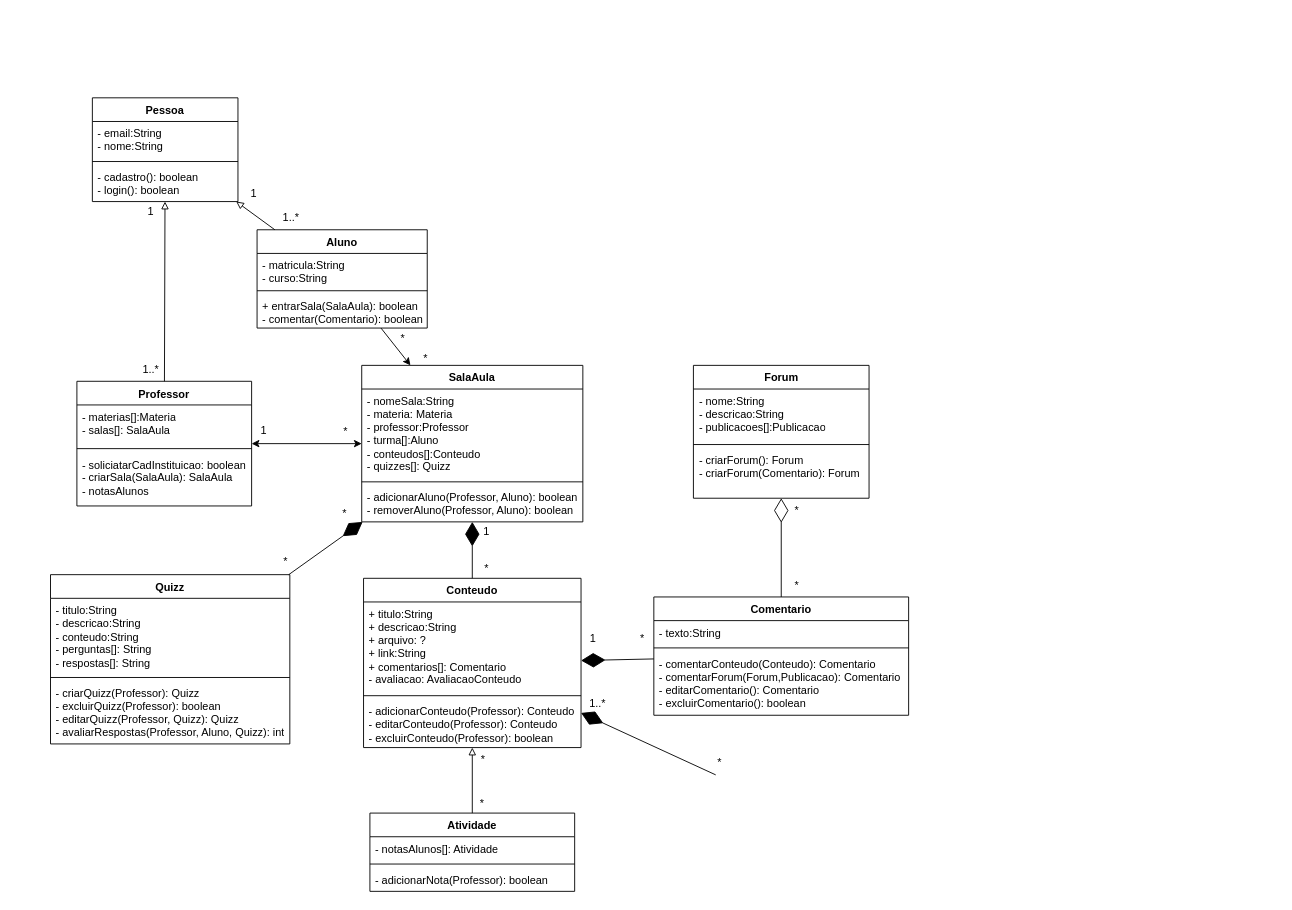
Before: diagramas/classe/diagrama-de-classe.drawio in Alicia-Miranda/MasterClass, a draw.io diagram. Source tidied: cells renumbered, new cells numbered last; positions are measured from the earlier drawing's top-left corner, leaving out a move shared by most shapes. Both pictures are drawn from the tidied source at 91%, with x=0, y=0 at pixel (50, 97).
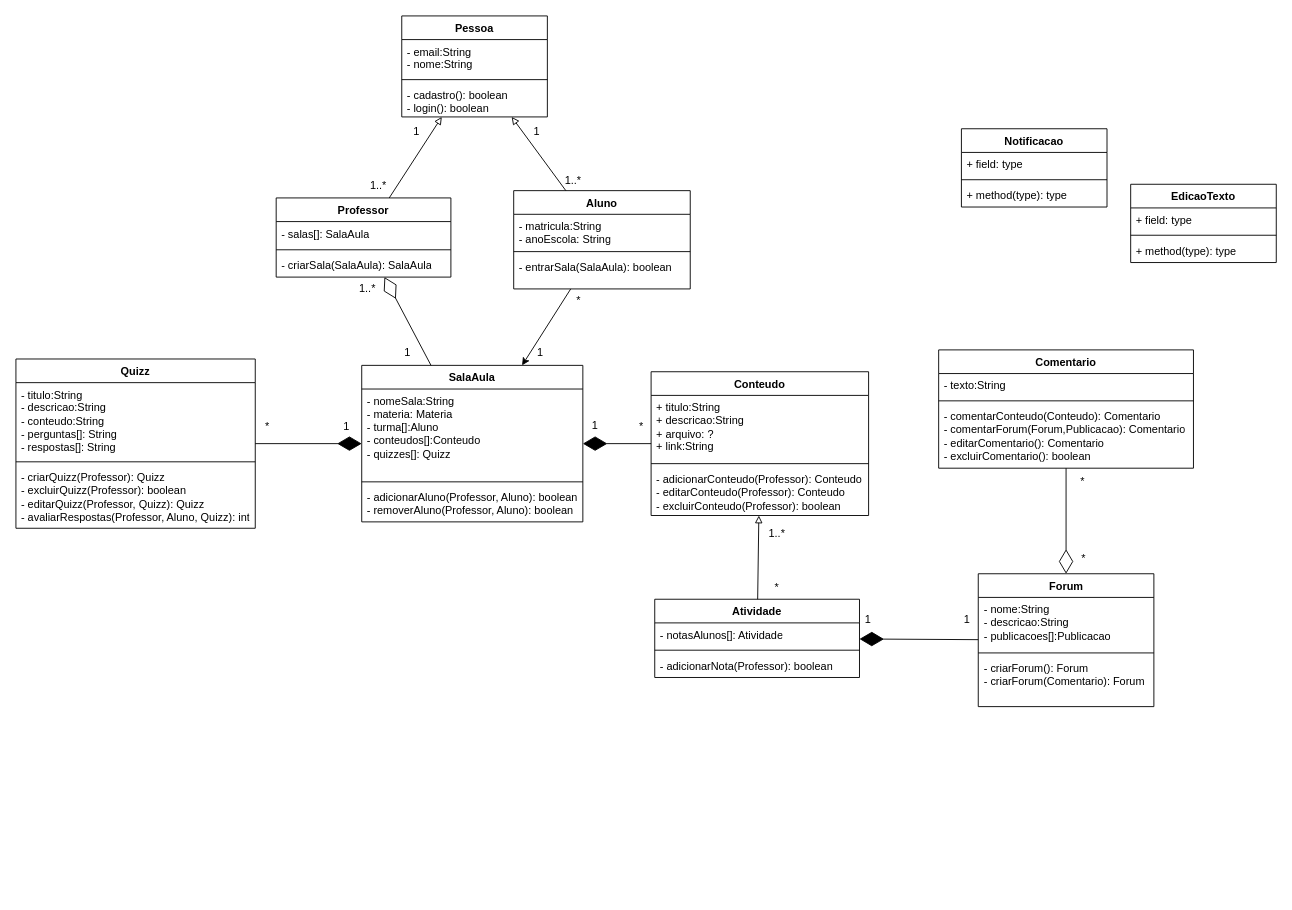
The same page after the edit.

Commit message:
classe atualização - não finalizado

The change refers to these unchanged cells:
```xml
<mxCell id="16" value="SalaAula" style="swimlane;fontStyle=1;align=center;verticalAlign=top;horizontal=1;startSize=26;whiteSpace=wrap;html=1;" parent="1" vertex="1">
  <mxGeometry x="342" y="294" width="243" height="172" as="geometry" />
</mxCell>
```

Diff of the diagram source:
```diff
@@
     <mxCell id="2" value="Pessoa" style="swimlane;fontStyle=1;align=center;verticalAlign=top;horizontal=1;startSize=26;whiteSpace=wrap;html=1;" parent="1" vertex="1">
-      <mxGeometry x="46" width="160" height="114" as="geometry" />
+      <mxGeometry x="386" y="-90" width="160" height="111" as="geometry" />
     </mxCell>
@@
     <mxCell id="5" value="- cadastro(): boolean&lt;br&gt;- login(): boolean" style="text;align=left;verticalAlign=top;spacingLeft=4;spacingRight=4;overflow=hidden;whiteSpace=wrap;html=1;" parent="2" vertex="1">
-      <mxGeometry y="74" width="160" height="40" as="geometry" />
+      <mxGeometry y="74" width="160" height="37" as="geometry" />
     </mxCell>
@@
     <mxCell id="7" value="Aluno" style="swimlane;fontStyle=1;align=center;verticalAlign=top;horizontal=1;startSize=26;whiteSpace=wrap;html=1;" parent="1" vertex="1">
-      <mxGeometry x="227" y="145" width="187" height="108" as="geometry" />
+      <mxGeometry x="509" y="102" width="194" height="108" as="geometry" />
     </mxCell>
-    <mxCell id="8" value="- matricula:String&lt;br&gt;- curso:String" style="text;align=left;verticalAlign=top;spacingLeft=4;spacingRight=4;overflow=hidden;whiteSpace=wrap;html=1;" parent="7" vertex="1">
-      <mxGeometry y="26" width="187" height="37" as="geometry" />
+    <mxCell id="8" value="- matricula:String&lt;br&gt;- anoEscola: String" style="text;align=left;verticalAlign=top;spacingLeft=4;spacingRight=4;overflow=hidden;whiteSpace=wrap;html=1;" parent="7" vertex="1">
+      <mxGeometry y="26" width="194" height="37" as="geometry" />
     </mxCell>
     <mxCell id="9" style="line;strokeWidth=1;align=left;verticalAlign=middle;spacingTop=-1;spacingLeft=3;spacingRight=3;labelPosition=right;" parent="7" vertex="1">
-      <mxGeometry y="63" width="187" height="8" as="geometry" />
+      <mxGeometry y="63" width="194" height="8" as="geometry" />
     </mxCell>
-    <mxCell id="10" value="+ entrarSala(SalaAula): boolean&lt;div&gt;- comentar(Comentario): boolean&lt;/div&gt;" style="text;align=left;verticalAlign=top;spacingLeft=4;spacingRight=4;overflow=hidden;whiteSpace=wrap;html=1;" parent="7" vertex="1">
-      <mxGeometry y="71" width="187" height="37" as="geometry" />
+    <mxCell id="10" value="- entrarSala(SalaAula): boolean" style="text;align=left;verticalAlign=top;spacingLeft=4;spacingRight=4;overflow=hidden;whiteSpace=wrap;html=1;" parent="7" vertex="1">
+      <mxGeometry y="71" width="194" height="37" as="geometry" />
     </mxCell>
-    <mxCell id="11" style="edgeStyle=orthogonalEdgeStyle;rounded=0;jettySize=auto;html=1;startArrow=classic;startFill=1;" parent="1" edge="1" source="12" target="16">
-      <mxGeometry relative="1" as="geometry" />
-    </mxCell>
     <mxCell id="12" value="Professor" style="swimlane;fontStyle=1;align=center;verticalAlign=top;horizontal=1;startSize=26;whiteSpace=wrap;html=1;" parent="1" vertex="1">
-      <mxGeometry x="29" y="311.5" width="192" height="137" as="geometry" />
+      <mxGeometry x="248" y="110" width="192" height="87" as="geometry" />
     </mxCell>
-    <mxCell id="13" value="- materias[]:Materia&lt;div&gt;- salas[]: SalaAula&lt;/div&gt;" style="text;align=left;verticalAlign=top;spacingLeft=4;spacingRight=4;overflow=hidden;whiteSpace=wrap;html=1;" parent="12" vertex="1">
-      <mxGeometry y="26" width="192" height="44" as="geometry" />
+    <mxCell id="13" value="&lt;div&gt;- salas[]: SalaAula&lt;/div&gt;" style="text;align=left;verticalAlign=top;spacingLeft=4;spacingRight=4;overflow=hidden;whiteSpace=wrap;html=1;" parent="12" vertex="1">
+      <mxGeometry y="26" width="192" height="27" as="geometry" />
     </mxCell>
     <mxCell id="14" style="line;strokeWidth=1;align=left;verticalAlign=middle;spacingTop=-1;spacingLeft=3;spacingRight=3;labelPosition=right;" parent="12" vertex="1">
-      <mxGeometry y="70" width="192" height="8" as="geometry" />
+      <mxGeometry y="53" width="192" height="8" as="geometry" />
     </mxCell>
-    <mxCell id="15" value="- soliciatarCadInstituicao: boolean&lt;br&gt;- criarSala(SalaAula): SalaAula&lt;br&gt;- notasAlunos" style="text;align=left;verticalAlign=top;spacingLeft=4;spacingRight=4;overflow=hidden;whiteSpace=wrap;html=1;" parent="12" vertex="1">
-      <mxGeometry y="78" width="192" height="59" as="geometry" />
+    <mxCell id="15" value="- criarSala(SalaAula): SalaAula" style="text;align=left;verticalAlign=top;spacingLeft=4;spacingRight=4;overflow=hidden;whiteSpace=wrap;html=1;" parent="12" vertex="1">
+      <mxGeometry y="61" width="192" height="26" as="geometry" />
     </mxCell>
@@
-    <mxCell id="17" value="- nomeSala:String&lt;div&gt;- materia: Materia&lt;br&gt;- professor:Professor&lt;br&gt;- turma[]:Aluno&lt;div&gt;- conteudos[]:Conteudo&lt;br&gt;- quizzes[]: Quizz&lt;/div&gt;&lt;/div&gt;" style="text;align=left;verticalAlign=top;spacingLeft=4;spacingRight=4;overflow=hidden;whiteSpace=wrap;html=1;" parent="16" vertex="1">
+    <mxCell id="17" value="- nomeSala:String&lt;div&gt;- materia: Materia&lt;br&gt;- turma[]:Aluno&lt;div&gt;- conteudos[]:Conteudo&lt;br&gt;- quizzes[]: Quizz&lt;/div&gt;&lt;/div&gt;" style="text;align=left;verticalAlign=top;spacingLeft=4;spacingRight=4;overflow=hidden;whiteSpace=wrap;html=1;" parent="16" vertex="1">
       <mxGeometry y="26" width="243" height="98" as="geometry" />
     </mxCell>
@@
     <mxCell id="20" value="Conteudo" style="swimlane;fontStyle=1;align=center;verticalAlign=top;horizontal=1;startSize=26;whiteSpace=wrap;html=1;" parent="1" vertex="1">
-      <mxGeometry x="344" y="528" width="239" height="186" as="geometry" />
+      <mxGeometry x="660" y="301" width="239" height="158" as="geometry" />
     </mxCell>
-    <mxCell id="21" value="+ titulo:String&lt;div&gt;+ descricao:String&lt;/div&gt;&lt;div&gt;+ arquivo: ?&lt;br&gt;+ link:String&lt;br&gt;+ comentarios[]: Comentario&lt;br&gt;- avaliacao: AvaliacaoConteudo&lt;/div&gt;" style="text;align=left;verticalAlign=top;spacingLeft=4;spacingRight=4;overflow=hidden;whiteSpace=wrap;html=1;" parent="20" vertex="1">
-      <mxGeometry y="26" width="239" height="99" as="geometry" />
+    <mxCell id="21" value="+ titulo:String&lt;div&gt;+ descricao:String&lt;/div&gt;&lt;div&gt;+ arquivo: ?&lt;br&gt;+ link:String&lt;br&gt;&lt;/div&gt;" style="text;align=left;verticalAlign=top;spacingLeft=4;spacingRight=4;overflow=hidden;whiteSpace=wrap;html=1;" parent="20" vertex="1">
+      <mxGeometry y="26" width="239" height="71" as="geometry" />
     </mxCell>
     <mxCell id="22" style="line;strokeWidth=1;align=left;verticalAlign=middle;spacingTop=-1;spacingLeft=3;spacingRight=3;labelPosition=right;" parent="20" vertex="1">
-      <mxGeometry y="125" width="239" height="8" as="geometry" />
+      <mxGeometry y="97" width="239" height="8" as="geometry" />
     </mxCell>
     <mxCell id="23" value="- adicionarConteudo(Professor): Conteudo&lt;br&gt;- editarConteudo(Professor): Conteudo&lt;br&gt;- excluirConteudo(Professor): boolean" style="text;align=left;verticalAlign=top;spacingLeft=4;spacingRight=4;overflow=hidden;whiteSpace=wrap;html=1;" parent="20" vertex="1">
-      <mxGeometry y="133" width="239" height="53" as="geometry" />
+      <mxGeometry y="105" width="239" height="53" as="geometry" />
     </mxCell>
     <mxCell id="24" value="Comentario" style="swimlane;fontStyle=1;align=center;verticalAlign=top;horizontal=1;startSize=26;whiteSpace=wrap;html=1;" parent="1" vertex="1">
-      <mxGeometry x="663" y="548.5" width="280" height="130" as="geometry" />
+      <mxGeometry x="976" y="277" width="280" height="130" as="geometry" />
     </mxCell>
@@
     <mxCell id="28" value="Forum" style="swimlane;fontStyle=1;align=center;verticalAlign=top;horizontal=1;startSize=26;whiteSpace=wrap;html=1;" parent="1" vertex="1">
-      <mxGeometry x="706.5" y="294" width="193" height="146" as="geometry" />
+      <mxGeometry x="1019.5" y="523" width="193" height="146" as="geometry" />
     </mxCell>
@@
-    <mxCell id="35" style="endArrow=diamondThin;endFill=1;endSize=24;html=1;rounded=0;" parent="1" edge="1" source="24" target="20">
-      <mxGeometry relative="1" as="geometry" />
-    </mxCell>
@@
-    <mxCell id="37" style="endArrow=diamondThin;endFill=1;endSize=24;html=1;rounded=0;" parent="1" edge="1" target="20">
-      <mxGeometry relative="1" as="geometry">
-        <mxPoint x="731" y="744" as="sourcePoint" />
-      </mxGeometry>
-    </mxCell>
     <mxCell id="38" value="*" style="text;html=1;align=center;verticalAlign=middle;" parent="1" vertex="1">
-      <mxGeometry x="467" y="505" width="23" height="26" as="geometry" />
+      <mxGeometry x="637" y="348" width="23" height="26" as="geometry" />
     </mxCell>
     <mxCell id="39" value="1" style="text;html=1;align=center;verticalAlign=middle;" parent="1" vertex="1">
-      <mxGeometry x="466" y="464" width="25" height="26" as="geometry" />
+      <mxGeometry x="585" y="347" width="25" height="26" as="geometry" />
     </mxCell>
-    <mxCell id="40" value="1" style="text;html=1;align=center;verticalAlign=middle;" parent="1" vertex="1">
-      <mxGeometry x="583" y="581" width="25" height="26" as="geometry" />
-    </mxCell>
-    <mxCell id="41" value="*" style="text;html=1;align=center;verticalAlign=middle;" parent="1" vertex="1">
-      <mxGeometry x="638" y="582" width="23" height="26" as="geometry" />
-    </mxCell>
-    <mxCell id="42" value="1" style="text;html=1;align=center;verticalAlign=middle;" parent="1" vertex="1">
-      <mxGeometry x="221" y="353" width="25" height="26" as="geometry" />
-    </mxCell>
-    <mxCell id="43" value="*" style="text;html=1;align=center;verticalAlign=middle;" parent="1" vertex="1">
-      <mxGeometry x="312" y="354" width="23" height="26" as="geometry" />
-    </mxCell>
-    <mxCell id="44" value="*" style="text;html=1;align=center;verticalAlign=middle;" parent="1" vertex="1">
-      <mxGeometry x="723" y="718" width="23" height="26" as="geometry" />
-    </mxCell>
-    <mxCell id="45" value="1..*" style="text;html=1;align=center;verticalAlign=middle;" parent="1" vertex="1">
-      <mxGeometry x="583" y="652.5" width="36" height="26" as="geometry" />
-    </mxCell>
     <mxCell id="46" value="Quizz" style="swimlane;fontStyle=1;align=center;verticalAlign=top;horizontal=1;startSize=26;whiteSpace=wrap;html=1;" parent="1" vertex="1">
-      <mxGeometry y="524" width="263" height="186" as="geometry" />
+      <mxGeometry x="-38" y="287" width="263" height="186" as="geometry" />
     </mxCell>
@@
-    <mxCell id="50" value="1" style="text;html=1;align=center;verticalAlign=middle;" parent="1" vertex="1">
-      <mxGeometry x="97.5" y="112" width="25" height="26" as="geometry" />
-    </mxCell>
-    <mxCell id="51" value="1..*" style="text;html=1;align=center;verticalAlign=middle;" parent="1" vertex="1">
-      <mxGeometry x="92" y="286" width="36" height="26" as="geometry" />
-    </mxCell>
-    <mxCell id="52" value="1" style="text;html=1;align=center;verticalAlign=middle;" parent="1" vertex="1">
-      <mxGeometry x="210" y="93" width="25" height="26" as="geometry" />
-    </mxCell>
-    <mxCell id="53" value="1..*" style="text;html=1;align=center;verticalAlign=middle;" parent="1" vertex="1">
-      <mxGeometry x="246" y="119" width="36" height="26" as="geometry" />
-    </mxCell>
-    <mxCell id="54" value="*" style="text;html=1;align=center;verticalAlign=middle;" parent="1" vertex="1">
-      <mxGeometry x="375" y="252" width="23" height="26" as="geometry" />
-    </mxCell>
-    <mxCell id="55" value="*" style="text;html=1;align=center;verticalAlign=middle;" parent="1" vertex="1">
-      <mxGeometry x="400" y="274" width="23" height="26" as="geometry" />
-    </mxCell>
     <mxCell id="56" value="*" style="text;html=1;align=center;verticalAlign=middle;" parent="1" vertex="1">
-      <mxGeometry x="808" y="523" width="23" height="26" as="geometry" />
+      <mxGeometry x="1123.5" y="494" width="23" height="26" as="geometry" />
     </mxCell>
     <mxCell id="57" value="*" style="text;html=1;align=center;verticalAlign=middle;" parent="1" vertex="1">
-      <mxGeometry x="808" y="441" width="23" height="26" as="geometry" />
+      <mxGeometry x="1122" y="409" width="23" height="26" as="geometry" />
     </mxCell>
@@
-    <mxCell id="59" value="*" style="text;html=1;align=center;verticalAlign=middle;" parent="1" vertex="1">
-      <mxGeometry x="246" y="497" width="23" height="26" as="geometry" />
-    </mxCell>
-    <mxCell id="60" value="*" style="text;html=1;align=center;verticalAlign=middle;" parent="1" vertex="1">
-      <mxGeometry x="311" y="444" width="23" height="26" as="geometry" />
-    </mxCell>
     <mxCell id="61" value="Atividade" style="swimlane;fontStyle=1;align=center;verticalAlign=top;horizontal=1;startSize=26;whiteSpace=wrap;html=1;" parent="1" vertex="1">
-      <mxGeometry x="351" y="786" width="225" height="86" as="geometry" />
+      <mxGeometry x="664" y="551" width="225" height="86" as="geometry" />
     </mxCell>
@@
     <mxCell id="66" value="*" style="text;html=1;align=center;verticalAlign=middle;" parent="1" vertex="1">
-      <mxGeometry x="462" y="763" width="23" height="26" as="geometry" />
+      <mxGeometry x="786.5" y="525" width="23" height="26" as="geometry" />
     </mxCell>
-    <mxCell id="67" value="*" style="text;html=1;align=center;verticalAlign=middle;" parent="1" vertex="1">
-      <mxGeometry x="463" y="715" width="23" height="26" as="geometry" />
+    <mxCell id="67" value="1..*" style="text;html=1;align=center;verticalAlign=middle;" parent="1" vertex="1">
+      <mxGeometry x="780" y="466" width="36" height="26" as="geometry" />
     </mxCell>
+    <mxCell id="68" style="endArrow=diamondThin;endFill=1;endSize=24;html=1;" parent="1" edge="1" source="28" target="61">
+      <mxGeometry relative="1" as="geometry" />
+    </mxCell>
+    <mxCell id="69" value="1" style="text;html=1;align=center;verticalAlign=middle;strokeColor=none;fillColor=none;" parent="1" vertex="1">
+      <mxGeometry x="521" y="24" width="25" height="26" as="geometry" />
+    </mxCell>
+    <mxCell id="70" value="1..*" style="text;html=1;align=center;verticalAlign=middle;strokeColor=none;fillColor=none;" parent="1" vertex="1">
+      <mxGeometry x="556" y="78" width="36" height="26" as="geometry" />
+    </mxCell>
+    <mxCell id="71" value="1..*" style="text;html=1;align=center;verticalAlign=middle;strokeColor=none;fillColor=none;" parent="1" vertex="1">
+      <mxGeometry x="342" y="84" width="36" height="26" as="geometry" />
+    </mxCell>
+    <mxCell id="72" value="1" style="text;html=1;align=center;verticalAlign=middle;strokeColor=none;fillColor=none;" parent="1" vertex="1">
+      <mxGeometry x="389" y="24" width="25" height="26" as="geometry" />
+    </mxCell>
+    <mxCell id="73" value="1..*" style="text;html=1;align=center;verticalAlign=middle;strokeColor=none;fillColor=none;" parent="1" vertex="1">
+      <mxGeometry x="330" y="197" width="36" height="26" as="geometry" />
+    </mxCell>
+    <mxCell id="74" value="1" style="text;html=1;align=center;verticalAlign=middle;strokeColor=none;fillColor=none;" parent="1" vertex="1">
+      <mxGeometry x="379" y="267" width="25" height="26" as="geometry" />
+    </mxCell>
+    <mxCell id="75" value="*" style="text;html=1;align=center;verticalAlign=middle;strokeColor=none;fillColor=none;" parent="1" vertex="1">
+      <mxGeometry x="568" y="210" width="23" height="26" as="geometry" />
+    </mxCell>
+    <mxCell id="76" value="1" style="text;html=1;align=center;verticalAlign=middle;strokeColor=none;fillColor=none;" parent="1" vertex="1">
+      <mxGeometry x="525" y="267" width="25" height="26" as="geometry" />
+    </mxCell>
+    <mxCell id="77" value="*" style="text;html=1;align=center;verticalAlign=middle;strokeColor=none;fillColor=none;" parent="1" vertex="1">
+      <mxGeometry x="226" y="348" width="23" height="26" as="geometry" />
+    </mxCell>
+    <mxCell id="78" value="1" style="text;html=1;align=center;verticalAlign=middle;strokeColor=none;fillColor=none;" parent="1" vertex="1">
+      <mxGeometry x="312" y="348" width="25" height="26" as="geometry" />
+    </mxCell>
+    <mxCell id="79" value="1" style="text;html=1;align=center;verticalAlign=middle;strokeColor=none;fillColor=none;" parent="1" vertex="1">
+      <mxGeometry x="885" y="561" width="25" height="26" as="geometry" />
+    </mxCell>
+    <mxCell id="80" value="1" style="text;html=1;align=center;verticalAlign=middle;strokeColor=none;fillColor=none;" parent="1" vertex="1">
+      <mxGeometry x="994.5" y="561" width="25" height="26" as="geometry" />
+    </mxCell>
+    <mxCell id="81" value="EdicaoTexto" style="swimlane;fontStyle=1;align=center;verticalAlign=top;horizontal=1;startSize=26;" parent="1" vertex="1">
+      <mxGeometry x="1187" y="95" width="160" height="86" as="geometry" />
+    </mxCell>
+    <mxCell id="82" value="+ field: type" style="text;strokeColor=none;fillColor=none;align=left;verticalAlign=top;spacingLeft=4;spacingRight=4;overflow=hidden;" parent="81" vertex="1">
+      <mxGeometry y="26" width="160" height="26" as="geometry" />
+    </mxCell>
+    <mxCell id="83" style="line;strokeWidth=1;fillColor=none;align=left;verticalAlign=middle;spacingTop=-1;spacingLeft=3;spacingRight=3;labelPosition=right;strokeColor=inherit;" parent="81" vertex="1">
+      <mxGeometry y="52" width="160" height="8" as="geometry" />
+    </mxCell>
+    <mxCell id="84" value="+ method(type): type" style="text;strokeColor=none;fillColor=none;align=left;verticalAlign=top;spacingLeft=4;spacingRight=4;overflow=hidden;" parent="81" vertex="1">
+      <mxGeometry y="60" width="160" height="26" as="geometry" />
+    </mxCell>
+    <mxCell id="85" value="Notificacao" style="swimlane;fontStyle=1;align=center;verticalAlign=top;horizontal=1;startSize=26;" parent="1" vertex="1">
+      <mxGeometry x="1001" y="34" width="160" height="86" as="geometry" />
+    </mxCell>
+    <mxCell id="86" value="+ field: type" style="text;strokeColor=none;fillColor=none;align=left;verticalAlign=top;spacingLeft=4;spacingRight=4;overflow=hidden;" parent="85" vertex="1">
+      <mxGeometry y="26" width="160" height="26" as="geometry" />
+    </mxCell>
+    <mxCell id="87" style="line;strokeWidth=1;fillColor=none;align=left;verticalAlign=middle;spacingTop=-1;spacingLeft=3;spacingRight=3;labelPosition=right;strokeColor=inherit;" parent="85" vertex="1">
+      <mxGeometry y="52" width="160" height="8" as="geometry" />
+    </mxCell>
+    <mxCell id="88" value="+ method(type): type" style="text;strokeColor=none;fillColor=none;align=left;verticalAlign=top;spacingLeft=4;spacingRight=4;overflow=hidden;" parent="85" vertex="1">
+      <mxGeometry y="60" width="160" height="26" as="geometry" />
+    </mxCell>
+    <mxCell id="89" style="endArrow=diamondThin;endFill=0;endSize=24;html=1;" parent="1" edge="1" source="16" target="12">
+      <mxGeometry relative="1" as="geometry" />
+    </mxCell>
```
